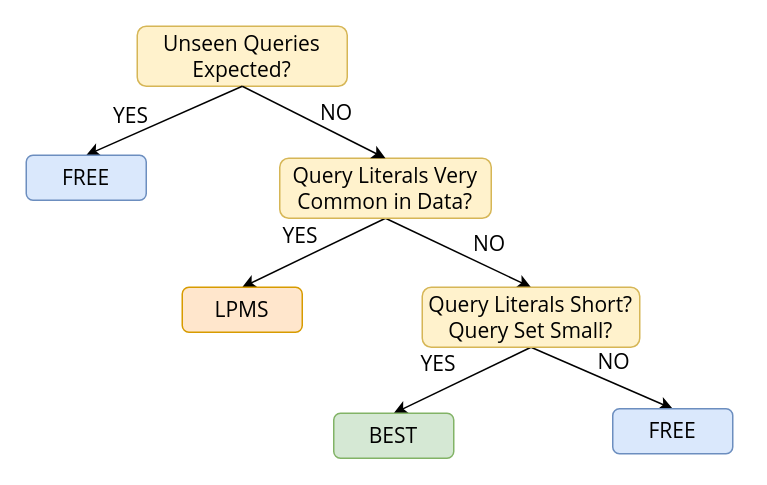
mush-zhang/RegexIndexComparison keeps this draw.io diagram as notebooks/DecTree.drawio. Above is the earlier version. Source tidied: cells renumbered, new cells numbered last; positions are measured from the earlier drawing's top-left corner, leaving out a move shared by most shapes. Both pictures are drawn from the tidied source at 150%, with x=0, y=0 at pixel (26, 26).
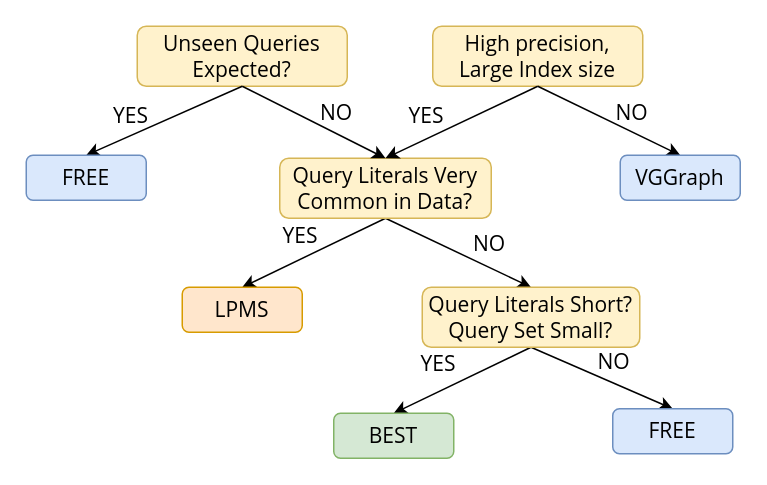
After the change.

Unchanged cells that the change refers to:
```xml
<mxCell id="4" value="Query Literals Very Common in Data?" style="text;html=1;align=center;verticalAlign=middle;whiteSpace=wrap;rounded=1;fillColor=#fff2cc;strokeColor=#d6b656;fontSize=14;fontFamily=open sans;" parent="1" vertex="1">
  <mxGeometry x="169" y="88" width="141" height="40" as="geometry" />
</mxCell>
```

Change to the diagram source:
```diff
@@
+    <mxCell id="21" value="High precision,&lt;div&gt;Large Index size&lt;/div&gt;" style="text;html=1;align=center;verticalAlign=middle;whiteSpace=wrap;rounded=1;fillColor=#fff2cc;strokeColor=#d6b656;fontSize=14;fontFamily=open sans;" parent="1" vertex="1">
+      <mxGeometry x="271" width="140" height="40" as="geometry" />
+    </mxCell>
+    <mxCell id="22" style="edgeStyle=none;rounded=0;jettySize=auto;html=1;exitX=0.5;exitY=1;exitDx=0;exitDy=0;entryX=0.5;entryY=0;entryDx=0;entryDy=0;fontSize=14;fontFamily=open sans;" parent="1" edge="1" source="21" target="4">
+      <mxGeometry relative="1" as="geometry" />
+    </mxCell>
+    <mxCell id="23" style="edgeStyle=none;rounded=0;jettySize=auto;html=1;exitX=0.5;exitY=1;exitDx=0;exitDy=0;entryX=0.5;entryY=0;entryDx=0;entryDy=0;fontSize=14;fontFamily=open sans;" parent="1" edge="1" source="21" target="26">
+      <mxGeometry relative="1" as="geometry" />
+    </mxCell>
+    <mxCell id="24" value="YES" style="text;html=1;align=center;verticalAlign=middle;whiteSpace=wrap;rounded=0;fontSize=14;fontFamily=open sans;" parent="1" vertex="1">
+      <mxGeometry x="237" y="45" width="60" height="30" as="geometry" />
+    </mxCell>
+    <mxCell id="25" value="NO" style="text;html=1;align=center;verticalAlign=middle;whiteSpace=wrap;rounded=0;fontSize=14;fontFamily=open sans;" parent="1" vertex="1">
+      <mxGeometry x="374" y="43" width="60" height="30" as="geometry" />
+    </mxCell>
+    <mxCell id="26" value="VGGraph" style="text;html=1;align=center;verticalAlign=middle;whiteSpace=wrap;rounded=1;fillColor=#dae8fc;strokeColor=#6c8ebf;fontSize=14;fontFamily=open sans;" parent="1" vertex="1">
+      <mxGeometry x="396" y="86" width="80" height="30" as="geometry" />
+    </mxCell>
```
